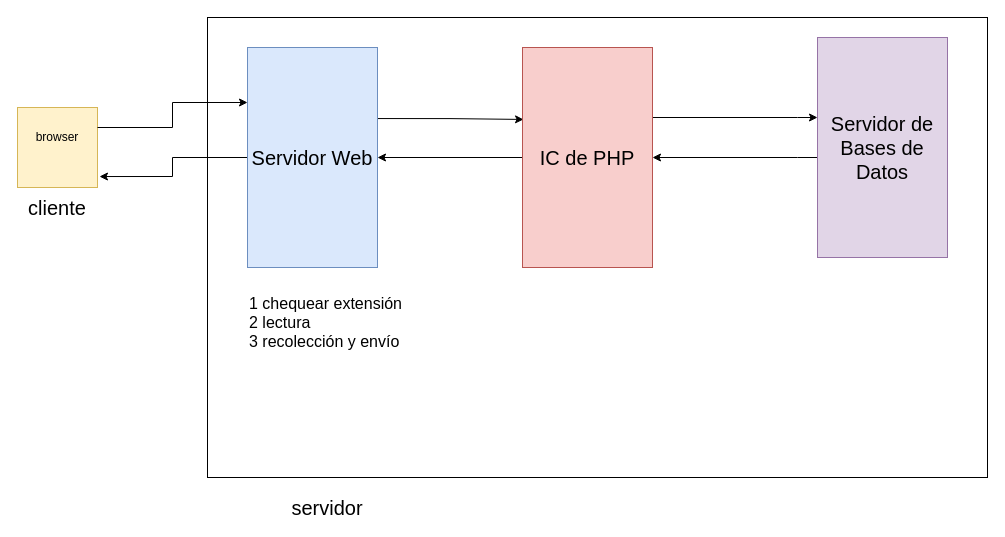
Before: clase1/plataforma.drawio in exegeses/cursoPHPTarde, a draw.io diagram. Source tidied: cells renumbered, new cells numbered last; positions are measured from the earlier drawing's top-left corner, leaving out a move shared by most shapes. Both pictures are drawn from the tidied source at 100%, with x=0, y=0 at pixel (17, 17).
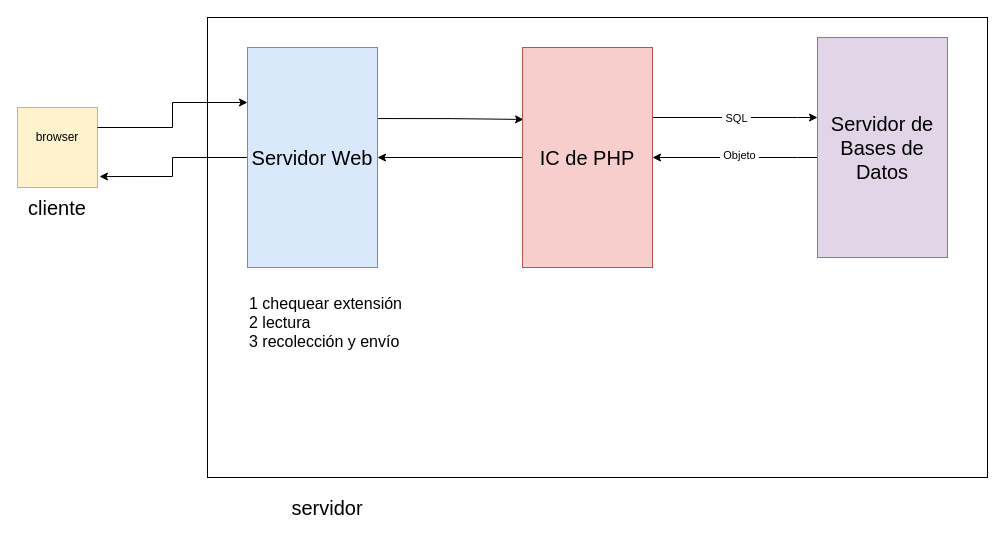
After the change.

The change refers to these unchanged cells:
```xml
<mxCell id="10" style="edgeStyle=orthogonalEdgeStyle;rounded=0;jettySize=auto;html=1;" parent="1" edge="1" source="11" target="14">
  <mxGeometry relative="1" as="geometry">
    <Array as="points">
      <mxPoint x="780" y="140" />
      <mxPoint x="780" y="140" />
    </Array>
  </mxGeometry>
</mxCell>
<mxCell id="13" style="edgeStyle=orthogonalEdgeStyle;rounded=0;jettySize=auto;html=1;" parent="1" edge="1" source="14" target="11">
  <mxGeometry relative="1" as="geometry">
    <Array as="points">
      <mxPoint x="780" y="100" />
      <mxPoint x="780" y="100" />
    </Array>
  </mxGeometry>
</mxCell>
```

What changed in the source:
```diff
@@
+    <mxCell id="17" value="&amp;nbsp;Objeto&amp;nbsp;" style="edgeLabel;html=1;align=center;verticalAlign=middle;" parent="10" vertex="1">
+      <mxGeometry x="-0.04" y="-3" relative="1" as="geometry" />
+    </mxCell>
@@
+    <mxCell id="18" value="&amp;nbsp;SQL&amp;nbsp;" style="edgeLabel;html=1;align=center;verticalAlign=middle;" parent="13" vertex="1">
+      <mxGeometry x="0.76" y="-62" relative="1" as="geometry">
+        <mxPoint x="-62" y="-62" as="offset" />
+      </mxGeometry>
+    </mxCell>
```
